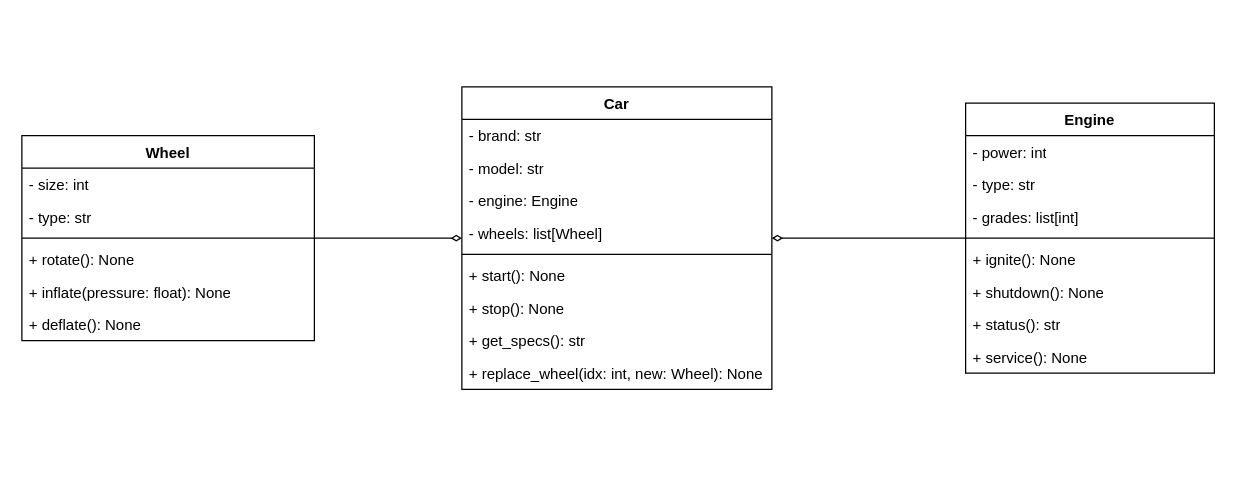
Above: hm_4/Task 3.drawio in kondak12/oop_practices_2 (draw.io), before the change. Source tidied: cells renumbered, new cells numbered last; positions are measured from the earlier drawing's top-left corner, leaving out a move shared by most shapes. Both pictures are drawn from the tidied source at 125%, with x=0, y=0 at pixel (21, 86).
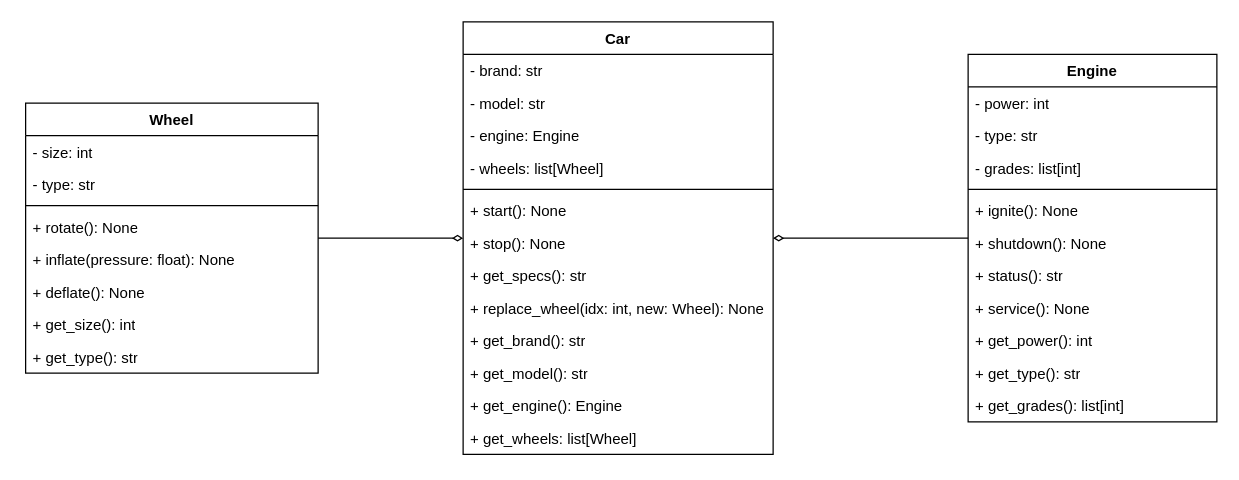
The same diagram, later.

Change to the diagram source:
```diff
@@
     <mxCell id="3" value="Wheel" style="swimlane;fontStyle=1;align=center;verticalAlign=top;horizontal=1;startSize=26;whiteSpace=wrap;html=1;" parent="1" vertex="1">
-      <mxGeometry y="39" width="234" height="164" as="geometry" />
+      <mxGeometry x="3" y="13" width="234" height="216" as="geometry" />
     </mxCell>
@@
+    <mxCell id="30" value="+ get_size(): int" style="text;strokeColor=none;fillColor=none;align=left;verticalAlign=top;spacingLeft=4;spacingRight=4;overflow=hidden;whiteSpace=wrap;html=1;" parent="3" vertex="1">
+      <mxGeometry y="164" width="234" height="26" as="geometry" />
+    </mxCell>
+    <mxCell id="31" value="+ get_type(): str" style="text;strokeColor=none;fillColor=none;align=left;verticalAlign=top;spacingLeft=4;spacingRight=4;overflow=hidden;whiteSpace=wrap;html=1;" parent="3" vertex="1">
+      <mxGeometry y="190" width="234" height="26" as="geometry" />
+    </mxCell>
     <mxCell id="10" value="Car" style="swimlane;fontStyle=1;align=center;verticalAlign=top;horizontal=1;startSize=26;whiteSpace=wrap;html=1;" parent="1" vertex="1">
-      <mxGeometry x="352" width="248" height="242" as="geometry" />
+      <mxGeometry x="353" y="-52" width="248" height="346" as="geometry" />
     </mxCell>
@@
+    <mxCell id="32" value="+ get_brand(): str" style="text;strokeColor=none;fillColor=none;align=left;verticalAlign=top;spacingLeft=4;spacingRight=4;overflow=hidden;whiteSpace=wrap;html=1;" parent="10" vertex="1">
+      <mxGeometry y="242" width="248" height="26" as="geometry" />
+    </mxCell>
+    <mxCell id="33" value="+ get_model(): str" style="text;strokeColor=none;fillColor=none;align=left;verticalAlign=top;spacingLeft=4;spacingRight=4;overflow=hidden;whiteSpace=wrap;html=1;" parent="10" vertex="1">
+      <mxGeometry y="268" width="248" height="26" as="geometry" />
+    </mxCell>
+    <mxCell id="34" value="+ get_engine(): Engine" style="text;strokeColor=none;fillColor=none;align=left;verticalAlign=top;spacingLeft=4;spacingRight=4;overflow=hidden;whiteSpace=wrap;html=1;" parent="10" vertex="1">
+      <mxGeometry y="294" width="248" height="26" as="geometry" />
+    </mxCell>
+    <mxCell id="35" value="+ get_wheels: list[Wheel]" style="text;strokeColor=none;fillColor=none;align=left;verticalAlign=top;spacingLeft=4;spacingRight=4;overflow=hidden;whiteSpace=wrap;html=1;" parent="10" vertex="1">
+      <mxGeometry y="320" width="248" height="26" as="geometry" />
+    </mxCell>
@@
     <mxCell id="21" value="Engine" style="swimlane;fontStyle=1;align=center;verticalAlign=top;horizontal=1;startSize=26;whiteSpace=wrap;html=1;" parent="1" vertex="1">
-      <mxGeometry x="755" y="13" width="199" height="216" as="geometry" />
+      <mxGeometry x="757" y="-26" width="199" height="294" as="geometry" />
     </mxCell>
@@
+    <mxCell id="36" value="+ get_power(): int" style="text;strokeColor=none;fillColor=none;align=left;verticalAlign=top;spacingLeft=4;spacingRight=4;overflow=hidden;whiteSpace=wrap;html=1;" parent="21" vertex="1">
+      <mxGeometry y="216" width="199" height="26" as="geometry" />
+    </mxCell>
+    <mxCell id="37" value="+ get_type(): str" style="text;strokeColor=none;fillColor=none;align=left;verticalAlign=top;spacingLeft=4;spacingRight=4;overflow=hidden;whiteSpace=wrap;html=1;" parent="21" vertex="1">
+      <mxGeometry y="242" width="199" height="26" as="geometry" />
+    </mxCell>
+    <mxCell id="38" value="+ get_grades(): list[int] " style="text;strokeColor=none;fillColor=none;align=left;verticalAlign=top;spacingLeft=4;spacingRight=4;overflow=hidden;whiteSpace=wrap;html=1;" parent="21" vertex="1">
+      <mxGeometry y="268" width="199" height="26" as="geometry" />
+    </mxCell>
```
